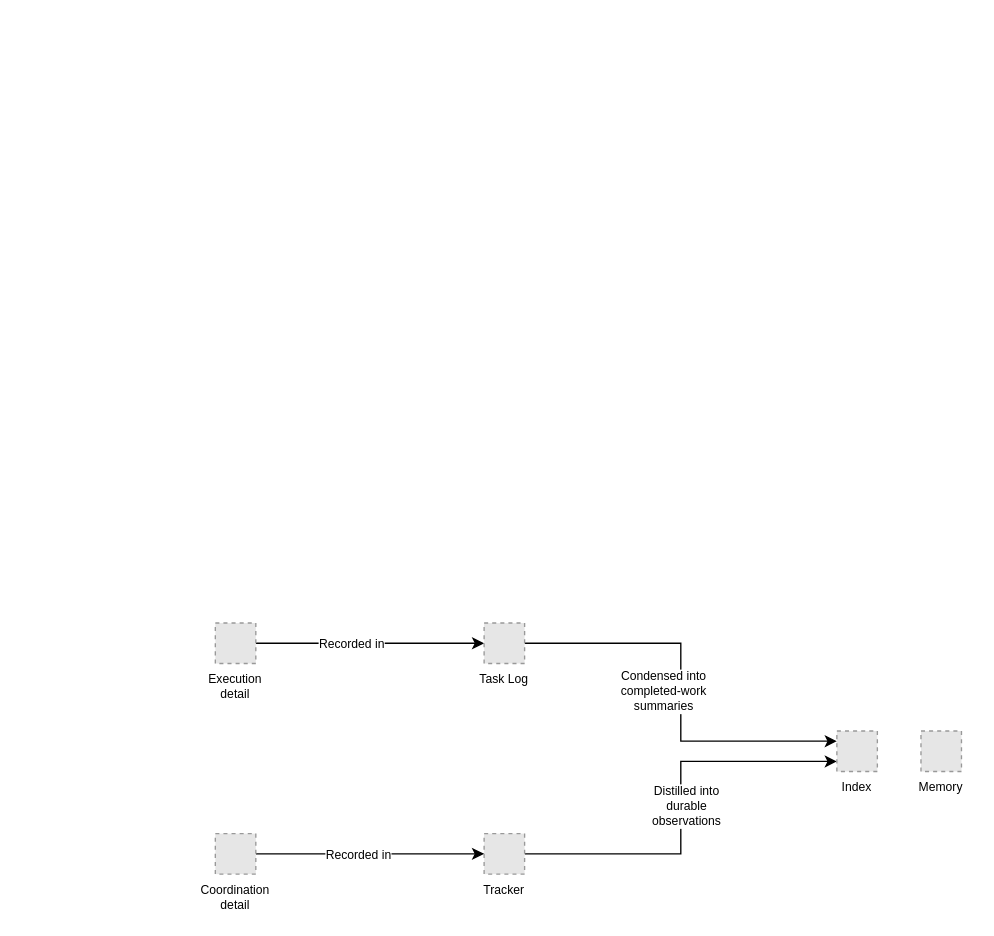
Before: diagrams/framework-design/state-compression.drawio in sdi2200262/bsc-apm-thesis, a draw.io diagram. Source tidied: cells renumbered, new cells numbered last; positions are measured from the earlier drawing's top-left corner, leaving out a move shared by most shapes. Both pictures are drawn from the tidied source at 135%, with x=0, y=0 at pixel (215, 622). Pictures stored in the file or linked from it are replaced by grey dashed boxes.
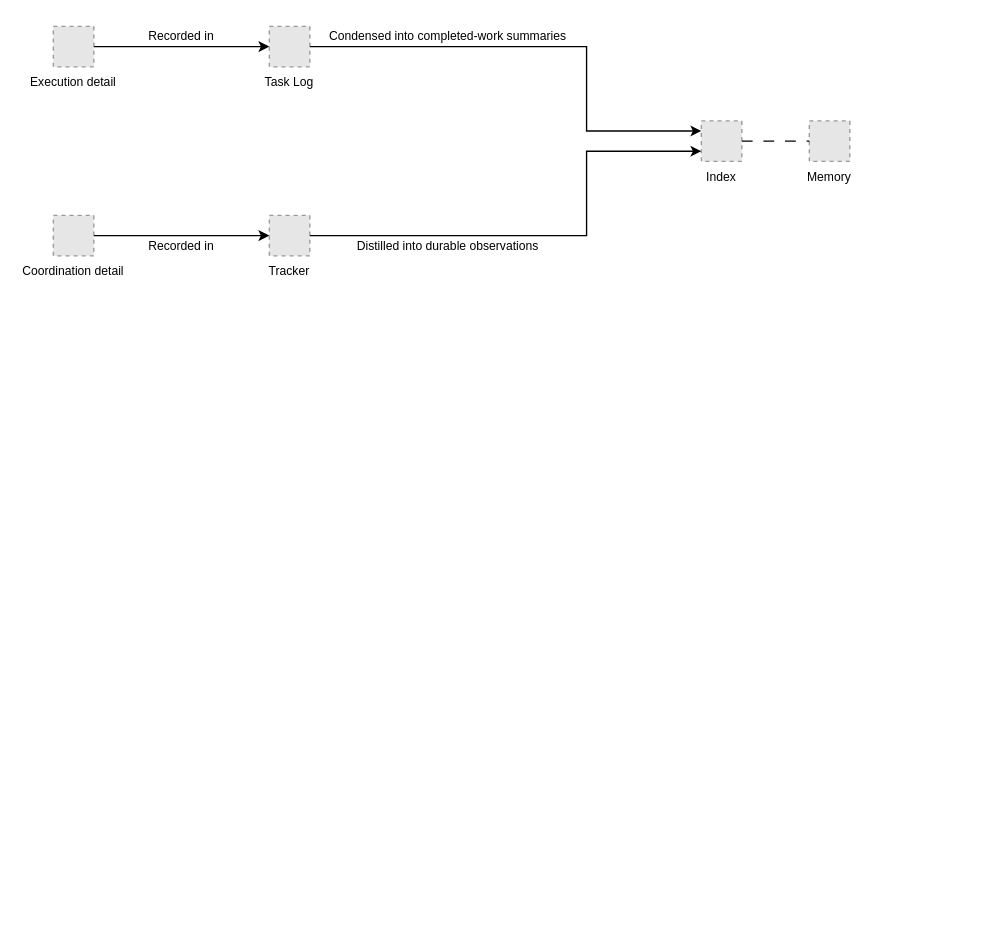
Above is the later version.

What changed in the source:
```diff
@@
-    <mxCell id="2" style="group;" parent="1" vertex="1">
-      <mxGeometry width="560" height="186" as="geometry" />
-    </mxCell>
-    <mxCell id="3" style="edgeStyle=orthogonalEdgeStyle;rounded=0;jettySize=auto;html=1;exitX=1;exitY=0.5;exitDx=0;exitDy=0;entryX=0;entryY=0.5;entryDx=0;entryDy=0;fontSize=9;" parent="2" edge="1" source="5" target="8">
-      <mxGeometry relative="1" as="geometry" />
-    </mxCell>
-    <mxCell id="4" value="Recorded in" style="edgeLabel;html=1;align=center;verticalAlign=middle;fontSize=9;" parent="3" vertex="1">
-      <mxGeometry x="-0.17" relative="1" as="geometry" />
-    </mxCell>
-    <mxCell id="5" value="Execution&#10;detail" style="fillColor=#E6E6E6;strokeColor=#999999;dashed=1;verticalLabelPosition=bottom;labelBackgroundColor=default;verticalAlign=top;fontSize=9;" parent="2" vertex="1">
-      <mxGeometry width="30" height="30" as="geometry" />
+    <mxCell id="5" value="Execution detail" style="fillColor=#E6E6E6;strokeColor=#999999;dashed=1;fontFamily=Helvetica;fontSize=9;fontColor=#000000;verticalLabelPosition=bottom;verticalAlign=top;" parent="1" vertex="1">
+      <mxGeometry x="-120" y="-442" width="30" height="30" as="geometry" />
     </mxCell>
-    <mxCell id="6" style="edgeStyle=orthogonalEdgeStyle;rounded=0;jettySize=auto;html=1;exitX=1;exitY=0.5;exitDx=0;exitDy=0;entryX=0;entryY=0.25;entryDx=0;entryDy=0;fontSize=9;" parent="2" edge="1" source="8" target="15">
-      <mxGeometry relative="1" as="geometry" />
-    </mxCell>
-    <mxCell id="7" value="Condensed into&lt;div&gt;completed-work&lt;/div&gt;&lt;div&gt;summaries&lt;/div&gt;" style="edgeLabel;html=1;align=center;verticalAlign=middle;fontSize=9;" parent="6" vertex="1">
-      <mxGeometry x="-0.5" y="1" relative="1" as="geometry">
-        <mxPoint x="26" y="36" as="offset" />
-      </mxGeometry>
-    </mxCell>
+    <mxCell id="14" value="Coordination detail" style="fillColor=#E6E6E6;strokeColor=#999999;dashed=1;fontFamily=Helvetica;fontSize=9;fontColor=#000000;verticalLabelPosition=bottom;verticalAlign=top;" parent="1" vertex="1">
+      <mxGeometry x="-120" y="-302" width="30" height="30" as="geometry" />
+    </mxCell>
-    <mxCell id="8" value="Task Log" style="fillColor=#E6E6E6;strokeColor=#999999;dashed=1;verticalLabelPosition=bottom;labelBackgroundColor=default;verticalAlign=top;fontSize=9;" parent="2" vertex="1">
-      <mxGeometry x="199.1" width="30" height="30" as="geometry" />
+    <mxCell id="8" value="Task Log" style="fillColor=#E6E6E6;strokeColor=#999999;dashed=1;fontFamily=Helvetica;fontSize=9;fontColor=#000000;verticalLabelPosition=bottom;verticalAlign=top;" parent="1" vertex="1">
+      <mxGeometry x="40" y="-442" width="30" height="30" as="geometry" />
     </mxCell>
-    <mxCell id="9" style="edgeStyle=orthogonalEdgeStyle;rounded=0;jettySize=auto;html=1;exitX=1;exitY=0.5;exitDx=0;exitDy=0;entryX=0;entryY=0.75;entryDx=0;entryDy=0;fontSize=9;" parent="2" edge="1" source="11" target="15">
-      <mxGeometry relative="1" as="geometry" />
-    </mxCell>
-    <mxCell id="10" value="Distilled into&lt;div&gt;durable&lt;/div&gt;&lt;div&gt;observations&lt;/div&gt;" style="edgeLabel;html=1;align=center;verticalAlign=middle;fontSize=9;" parent="9" vertex="1">
-      <mxGeometry x="0.01" y="-4" relative="1" as="geometry" />
-    </mxCell>
-    <mxCell id="11" value="Tracker" style="fillColor=#E6E6E6;strokeColor=#999999;dashed=1;verticalLabelPosition=bottom;labelBackgroundColor=default;verticalAlign=top;fontSize=9;" parent="2" vertex="1">
-      <mxGeometry x="199.1" y="156" width="30" height="30" as="geometry" />
+    <mxCell id="11" value="Tracker" style="fillColor=#E6E6E6;strokeColor=#999999;dashed=1;fontFamily=Helvetica;fontSize=9;fontColor=#000000;verticalLabelPosition=bottom;verticalAlign=top;" parent="1" vertex="1">
+      <mxGeometry x="40" y="-302" width="30" height="30" as="geometry" />
     </mxCell>
-    <mxCell id="12" style="edgeStyle=orthogonalEdgeStyle;rounded=0;jettySize=auto;html=1;exitX=1;exitY=0.5;exitDx=0;exitDy=0;entryX=0;entryY=0.5;entryDx=0;entryDy=0;fontSize=9;" parent="2" edge="1" source="14" target="11">
-      <mxGeometry relative="1" as="geometry" />
-    </mxCell>
-    <mxCell id="13" value="Recorded in" style="edgeLabel;html=1;align=center;verticalAlign=middle;fontSize=9;" parent="12" vertex="1">
-      <mxGeometry x="-0.22" y="-2" relative="1" as="geometry">
-        <mxPoint x="9" y="-2" as="offset" />
-      </mxGeometry>
-    </mxCell>
-    <mxCell id="14" value="Coordination&#10;detail" style="fillColor=#E6E6E6;strokeColor=#999999;dashed=1;verticalLabelPosition=bottom;labelBackgroundColor=default;verticalAlign=top;fontSize=9;" parent="2" vertex="1">
-      <mxGeometry y="156" width="30" height="30" as="geometry" />
-    </mxCell>
-    <mxCell id="15" value="Index" style="fillColor=#E6E6E6;strokeColor=#999999;dashed=1;verticalLabelPosition=bottom;labelBackgroundColor=default;verticalAlign=top;fontSize=9;" parent="2" vertex="1">
-      <mxGeometry x="460.4" y="80" width="30" height="30" as="geometry" />
+    <mxCell id="15" value="Index" style="fillColor=#E6E6E6;strokeColor=#999999;dashed=1;fontFamily=Helvetica;fontSize=9;fontColor=#000000;verticalLabelPosition=bottom;verticalAlign=top;" parent="1" vertex="1">
+      <mxGeometry x="360" y="-372" width="30" height="30" as="geometry" />
     </mxCell>
-    <mxCell id="16" value="Memory" style="fillColor=#E6E6E6;strokeColor=#999999;dashed=1;verticalLabelPosition=bottom;labelBackgroundColor=default;verticalAlign=top;fontSize=9;" parent="2" vertex="1">
-      <mxGeometry x="522.7" y="80" width="30" height="30" as="geometry" />
+    <mxCell id="16" value="Memory" style="fillColor=#E6E6E6;strokeColor=#999999;dashed=1;fontFamily=Helvetica;fontSize=9;fontColor=#000000;verticalLabelPosition=bottom;verticalAlign=top;" parent="1" vertex="1">
+      <mxGeometry x="440" y="-372" width="30" height="30" as="geometry" />
     </mxCell>
+    <mxCell id="3" style="fontFamily=Helvetica;fontSize=9;fontColor=#000000;strokeColor=#000000;edgeStyle=orthogonalEdgeStyle;rounded=0;html=0;endSize=5;startSize=5;exitX=1;exitY=0.5;exitDx=0;exitDy=0;entryX=0;entryY=0.5;entryDx=0;entryDy=0;" parent="1" edge="1" source="5" target="8">
+      <mxGeometry relative="1" as="geometry" />
+    </mxCell>
+    <mxCell id="12" style="fontFamily=Helvetica;fontSize=9;fontColor=#000000;strokeColor=#000000;edgeStyle=orthogonalEdgeStyle;rounded=0;html=0;endSize=5;startSize=5;exitX=1;exitY=0.5;exitDx=0;exitDy=0;entryX=0;entryY=0.5;entryDx=0;entryDy=0;" parent="1" edge="1" source="14" target="11">
+      <mxGeometry relative="1" as="geometry" />
+    </mxCell>
+    <mxCell id="6" style="fontFamily=Helvetica;fontSize=9;fontColor=#000000;strokeColor=#000000;edgeStyle=orthogonalEdgeStyle;rounded=0;html=0;endSize=5;startSize=5;exitX=1;exitY=0.5;exitDx=0;exitDy=0;entryX=0;entryY=0.25;entryDx=0;entryDy=0;" parent="1" edge="1" source="8" target="15">
+      <mxGeometry relative="1" as="geometry">
+        <Array as="points">
+          <mxPoint x="275" y="-427" />
+          <mxPoint x="275" y="-364.5" />
+        </Array>
+      </mxGeometry>
+    </mxCell>
+    <mxCell id="9" style="fontFamily=Helvetica;fontSize=9;fontColor=#000000;strokeColor=#000000;edgeStyle=orthogonalEdgeStyle;rounded=0;html=0;endSize=5;startSize=5;exitX=1;exitY=0.5;exitDx=0;exitDy=0;entryX=0;entryY=0.75;entryDx=0;entryDy=0;" parent="1" edge="1" source="11" target="15">
+      <mxGeometry relative="1" as="geometry">
+        <Array as="points">
+          <mxPoint x="275" y="-287" />
+          <mxPoint x="275" y="-349.5" />
+        </Array>
+      </mxGeometry>
+    </mxCell>
+    <mxCell id="17" style="fontFamily=Helvetica;fontSize=9;fontColor=#000000;strokeColor=#000000;edgeStyle=orthogonalEdgeStyle;rounded=0;html=0;endSize=5;startSize=5;exitX=1;exitY=0.5;exitDx=0;exitDy=0;entryX=0;entryY=0.5;entryDx=0;entryDy=0;dashed=1;dashPattern=8 8;endArrow=none;" parent="1" edge="1" source="15" target="16">
+      <mxGeometry relative="1" as="geometry" />
+    </mxCell>
+    <mxCell id="18" value="Recorded in" style="fontFamily=Helvetica;fontSize=9;fontColor=#000000;strokeColor=#000000;text;html=0;align=center;verticalAlign=middle;fontStyle=0;" parent="1" vertex="1">
+      <mxGeometry x="-85" y="-445" width="120" height="20" as="geometry" />
+    </mxCell>
+    <mxCell id="19" value="Recorded in" style="fontFamily=Helvetica;fontSize=9;fontColor=#000000;strokeColor=#000000;text;html=0;align=center;verticalAlign=middle;fontStyle=0;" parent="1" vertex="1">
+      <mxGeometry x="-85" y="-289" width="120" height="20" as="geometry" />
+    </mxCell>
+    <mxCell id="7" value="Condensed into completed-work summaries" style="fontFamily=Helvetica;fontSize=9;fontColor=#000000;strokeColor=#000000;text;html=0;align=center;verticalAlign=middle;fontStyle=0;" parent="1" vertex="1">
+      <mxGeometry x="72.5" y="-445" width="200" height="20" as="geometry" />
+    </mxCell>
+    <mxCell id="10" value="Distilled into durable observations" style="fontFamily=Helvetica;fontSize=9;fontColor=#000000;strokeColor=#000000;text;html=0;align=center;verticalAlign=middle;fontStyle=0;" parent="1" vertex="1">
+      <mxGeometry x="72.5" y="-289" width="200" height="20" as="geometry" />
+    </mxCell>
```
